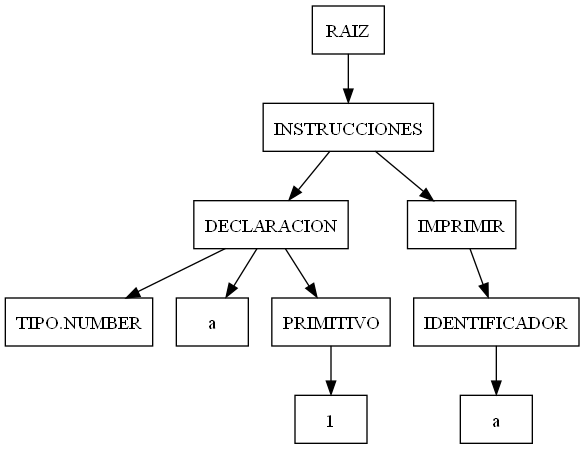
Above: ast.png in ReynosoTiu/usac_compi2_fase2 (Graphviz), before the change. Its source is kept beside it as ast.dot.
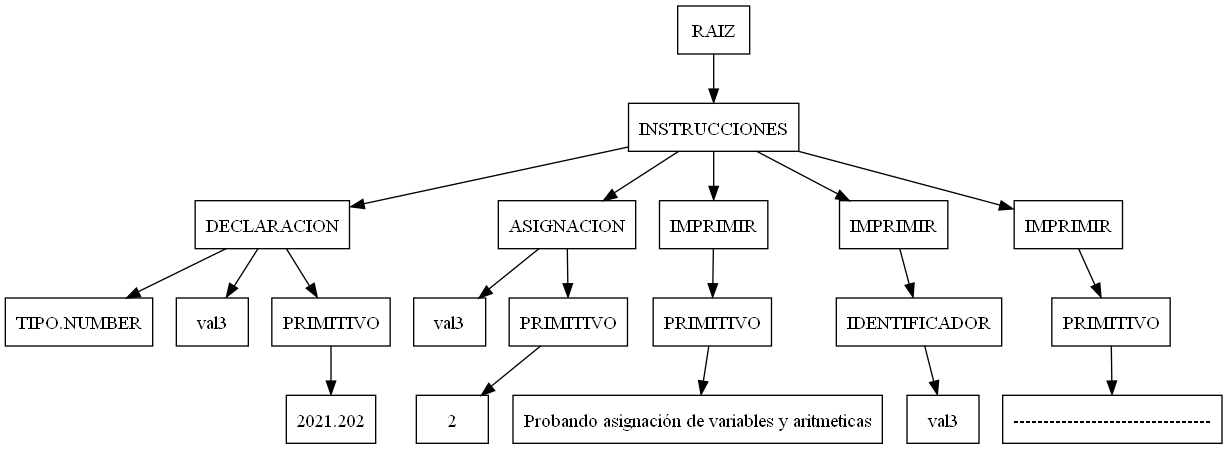
After the change.

Diff of the diagram source:
```diff
@@ -8,16 +8,36 @@
 n1->n2;
 n3[label="TIPO.NUMBER"];
 n2->n3;
-n4[label="a"];
+n4[label="val3"];
 n2->n4;
 n5[label="PRIMITIVO"];
 n2->n5;
-n6[label="1"];
+n6[label="2021.202"];
 n5->n6;
-n7[label="IMPRIMIR"];
+n7[label="ASIGNACION"];
 n1->n7;
-n8[label="IDENTIFICADOR"];
+n8[label="val3"];
 n7->n8;
-n9[label="a"];
-n8->n9;
+n9[label="PRIMITIVO"];
+n7->n9;
+n10[label="2"];
+n9->n10;
+n11[label="IMPRIMIR"];
+n1->n11;
+n12[label="PRIMITIVO"];
+n11->n12;
+n13[label="Probando asignación de variables y aritmeticas"];
+n12->n13;
+n14[label="IMPRIMIR"];
+n1->n14;
+n15[label="IDENTIFICADOR"];
+n14->n15;
+n16[label="val3"];
+n15->n16;
+n17[label="IMPRIMIR"];
+n1->n17;
+n18[label="PRIMITIVO"];
+n17->n18;
+n19[label="---------------------------------"];
+n18->n19;
 }
```
